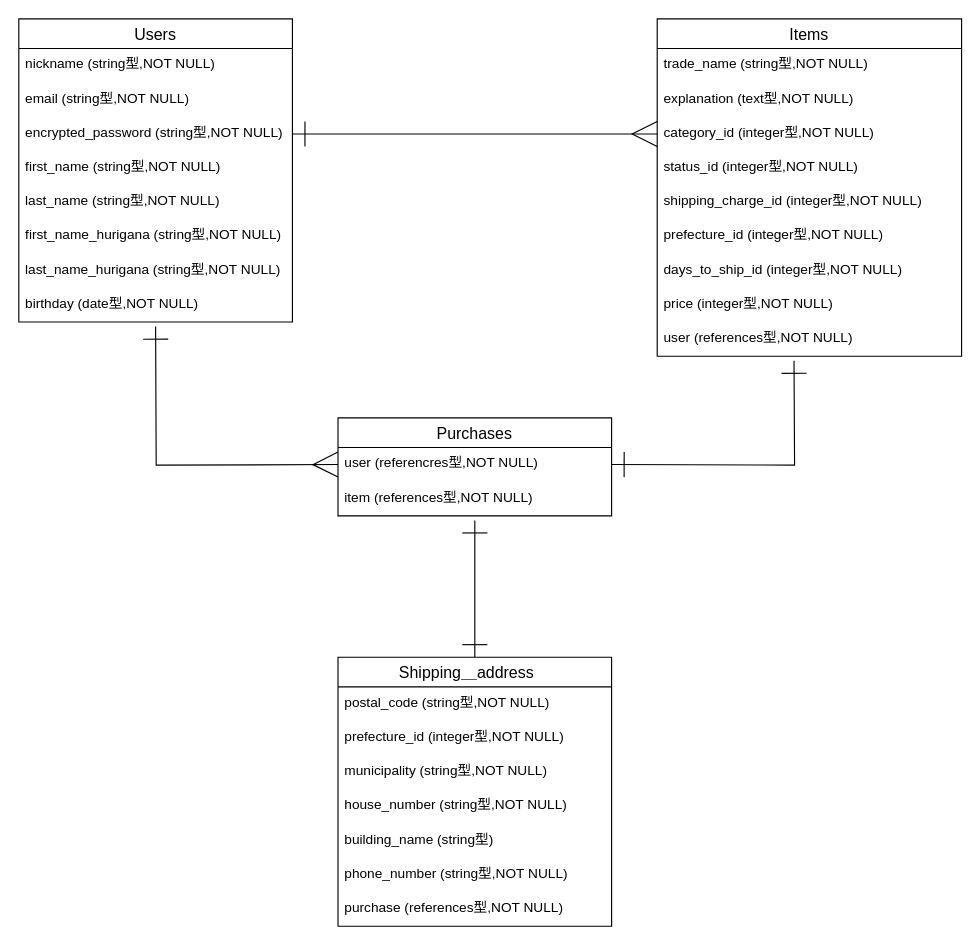
Before: ER.dio in MN0607/furima-35359, a draw.io diagram. Source tidied: cells renumbered, new cells numbered last; positions are measured from the earlier drawing's top-left corner, leaving out a move shared by most shapes. Both pictures are drawn from the tidied source at 114%, with x=0, y=0 at pixel (18, 18).
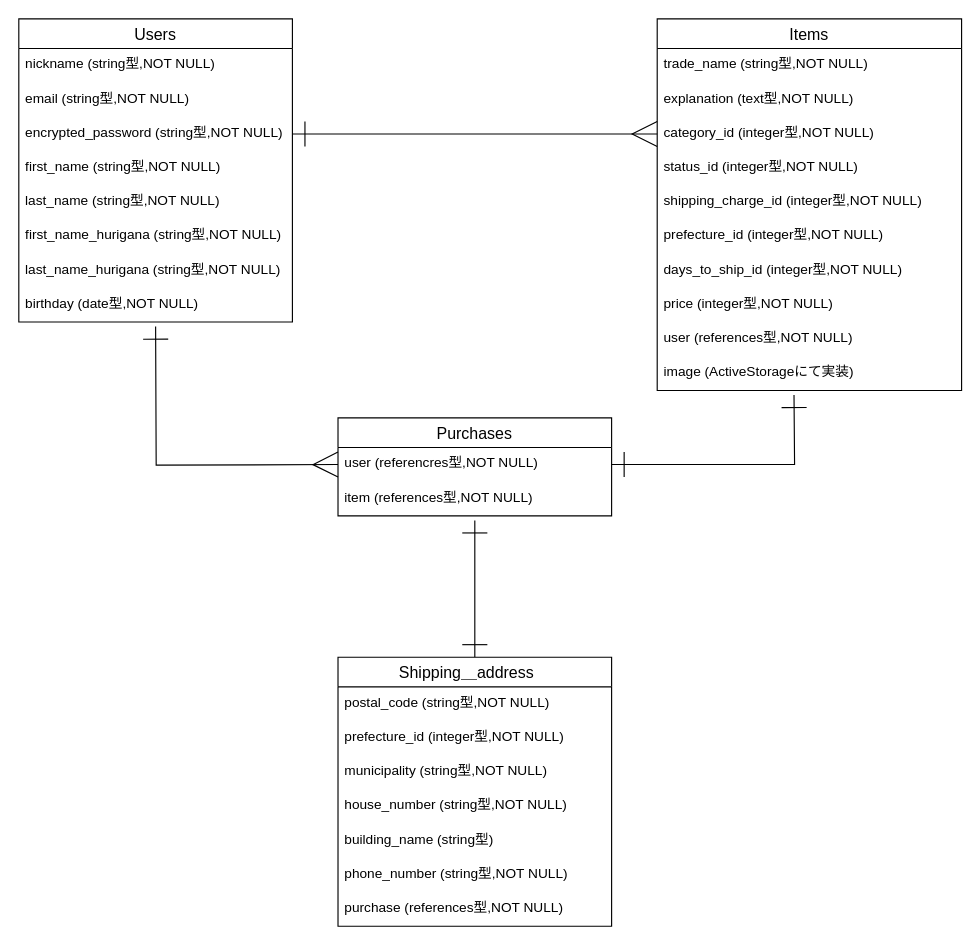
The same page after the edit.

Commit message:
ER図修正_itemテーブルにimageカラム追加

The change refers to these unchanged cells:
```xml
<mxCell id="21" value="user (referencres型,NOT NULL)" style="text;strokeColor=none;fillColor=none;spacingLeft=4;spacingRight=4;overflow=hidden;points=[[0,0.5],[1,0.5]];portConstraint=eastwest;fontSize=12;" parent="20" vertex="1">
  <mxGeometry y="26" width="240" height="30" as="geometry" />
</mxCell>
```

What changed in the source:
```diff
@@
     <mxCell id="23" value="Items" style="swimlane;fontStyle=0;horizontal=1;startSize=26;align=center;fontSize=14;" parent="1" vertex="1">
-      <mxGeometry x="560" width="267" height="296" as="geometry" />
+      <mxGeometry x="560" width="267" height="326" as="geometry" />
     </mxCell>
@@
+    <mxCell id="36" value="image (ActiveStorageにて実装)" style="text;strokeColor=none;fillColor=none;spacingLeft=4;spacingRight=4;overflow=hidden;fontSize=12;" parent="23" vertex="1">
+      <mxGeometry y="296" width="267" height="30" as="geometry" />
+    </mxCell>
@@
-    <mxCell id="35" style="edgeStyle=orthogonalEdgeStyle;rounded=0;orthogonalLoop=1;jettySize=auto;html=1;exitX=1;exitY=0.5;exitDx=0;exitDy=0;startArrow=ERone;startFill=0;endArrow=ERone;endFill=0;startSize=20;endSize=20;targetPerimeterSpacing=0;strokeWidth=1;" parent="1" edge="1">
-      <mxGeometry relative="1" as="geometry">
-        <mxPoint x="520" y="391" as="sourcePoint" />
-        <mxPoint x="680" y="300" as="targetPoint" />
-      </mxGeometry>
-    </mxCell>
+    <mxCell id="37" style="edgeStyle=orthogonalEdgeStyle;rounded=0;jettySize=auto;html=1;exitX=1;exitY=0.5;exitDx=0;exitDy=0;startArrow=ERone;startFill=0;endArrow=ERone;endFill=0;endSize=20;startSize=20;" parent="1" edge="1" source="21">
+      <mxGeometry relative="1" as="geometry">
+        <mxPoint x="680" y="330" as="targetPoint" />
+      </mxGeometry>
+    </mxCell>
```
